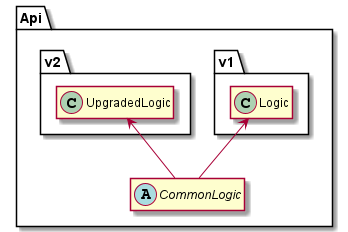
Earlier version of the PlantUML export out/justifications/ApiVersioning/ApiVersioning.png (huntertran/concordia-thesis-topic). The source it was exported from:
```plantuml
@startuml ApiVersioning

hide empty members

package Api {
    abstract class CommonLogic

    package v1 {
        class Logic
    }

    package v2 {
        class UpgradedLogic
    }
}

Logic <-- CommonLogic
UpgradedLogic <-- CommonLogic

@enduml
```
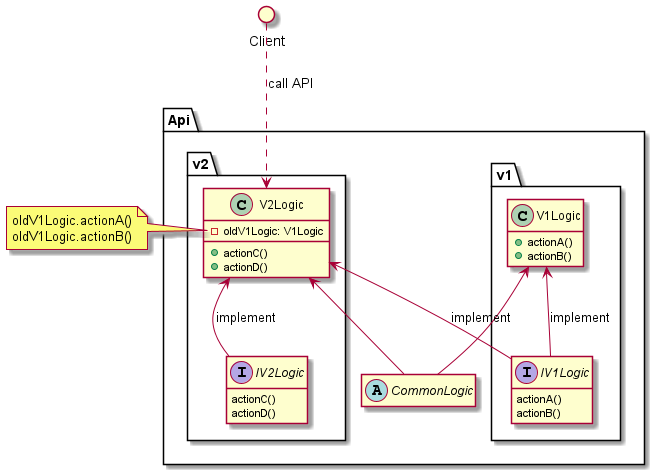
The same file after the commit.

Change to the diagram source:
```diff
@@ -1,20 +1,46 @@
 @startuml ApiVersioning
 
 hide empty members
+
+circle Client
 
 package Api {
     abstract class CommonLogic
 
     package v1 {
-        class Logic
+        interface IV1Logic {
+            actionA()
+            actionB()
+        }
+        class V1Logic{
+            +actionA()
+            +actionB()
+        }
     }
 
     package v2 {
-        class UpgradedLogic
+        interface IV2Logic {
+            actionC()
+            actionD()
+        }
+        class V2Logic {
+            -oldV1Logic: V1Logic
+            +actionC()
+            +actionD()
+        }
     }
 }
 
-Logic <-- CommonLogic
-UpgradedLogic <-- CommonLogic
+V1Logic <-- CommonLogic
+V1Logic <-- IV1Logic : implement
+V2Logic <-- CommonLogic
+V2Logic <-- IV2Logic : implement
+V2Logic <-- IV1Logic : implement
+
+Client ..> V2Logic : call API
+note left of V2Logic::oldV1Logic
+    oldV1Logic.actionA()
+    oldV1Logic.actionB()
+endnote
 
 @enduml
```
